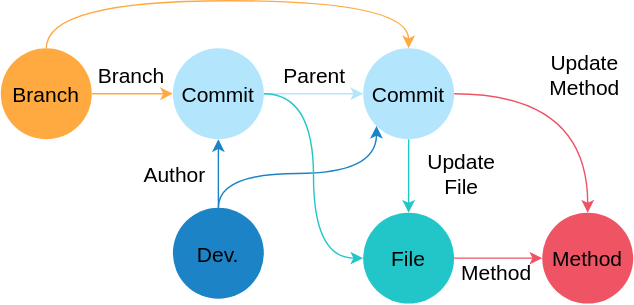
Earlier version of the draw.io export docs/source/GraphRepoDS.svg (xserban/GraphRepo). Source tidied: cells renumbered, new cells last; positions are measured from the earlier drawing's top-left corner, leaving out a move shared by most shapes.
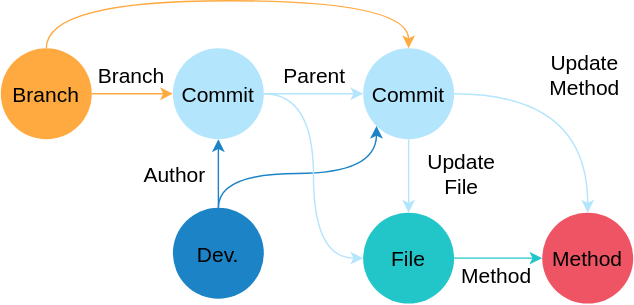
Above is the later version.

Diff of the diagram source:
```diff
@@ -14,7 +14,7 @@
     <mxCell id="5" value="Dev." style="ellipse;whiteSpace=wrap;html=1;strokeColor=none;fillColor=#1C84C6;fontSize=15;fontColor=#000000;" parent="1" vertex="1">
       <mxGeometry x="123" y="148" width="65" height="65" as="geometry" />
     </mxCell>
-    <mxCell id="6" style="edgeStyle=orthogonalEdgeStyle;rounded=0;jettySize=auto;html=1;exitX=1;exitY=0.5;exitDx=0;exitDy=0;strokeColor=#EE5464;strokeWidth=1;fontColor=#000000;fontSize=15;" parent="1" edge="1" source="7" target="8">
+    <mxCell id="6" style="edgeStyle=orthogonalEdgeStyle;rounded=0;jettySize=auto;html=1;exitX=1;exitY=0.5;exitDx=0;exitDy=0;strokeColor=#23C6C8;strokeWidth=1;fontColor=#000000;fontSize=15;" parent="1" edge="1" source="7" target="8">
       <mxGeometry relative="1" as="geometry" />
     </mxCell>
     <mxCell id="7" value="File" style="ellipse;whiteSpace=wrap;html=1;fillColor=#23C6C8;strokeColor=none;fontSize=15;fontColor=#000000;" parent="1" vertex="1">
@@ -37,10 +37,10 @@
     <mxCell id="11" value="Branch" style="ellipse;whiteSpace=wrap;html=1;fillColor=#FFAA40;strokeColor=none;fontSize=15;fontColor=#000000;" parent="1" vertex="1">
       <mxGeometry y="34" width="65" height="65" as="geometry" />
     </mxCell>
-    <mxCell id="12" style="edgeStyle=orthogonalEdgeStyle;rounded=0;jettySize=auto;html=1;exitX=0.5;exitY=1;exitDx=0;exitDy=0;strokeColor=#23C6C8;strokeWidth=1;fontSize=15;fontColor=#000000;" parent="1" edge="1" source="14" target="7">
+    <mxCell id="12" style="edgeStyle=orthogonalEdgeStyle;rounded=0;jettySize=auto;html=1;exitX=0.5;exitY=1;exitDx=0;exitDy=0;strokeColor=#B3E5FC;strokeWidth=1;fontSize=15;fontColor=#000000;" parent="1" edge="1" source="14" target="7">
       <mxGeometry relative="1" as="geometry" />
     </mxCell>
-    <mxCell id="13" style="edgeStyle=orthogonalEdgeStyle;curved=1;jettySize=auto;html=1;exitX=1;exitY=0.5;exitDx=0;exitDy=0;startArrow=none;startFill=0;endArrow=classic;endFill=1;strokeColor=#EE5464;strokeWidth=1;fontSize=15;fontColor=#000000;" parent="1" edge="1" source="14" target="8">
+    <mxCell id="13" style="edgeStyle=orthogonalEdgeStyle;curved=1;jettySize=auto;html=1;exitX=1;exitY=0.5;exitDx=0;exitDy=0;startArrow=none;startFill=0;endArrow=classic;endFill=1;strokeColor=#B3E5FC;strokeWidth=1;fontSize=15;fontColor=#000000;" parent="1" edge="1" source="14" target="8">
       <mxGeometry relative="1" as="geometry" />
     </mxCell>
     <mxCell id="14" value="Commit" style="ellipse;whiteSpace=wrap;html=1;strokeColor=none;fillColor=#B3E5FC;fontSize=15;fontColor=#000000;flipV=1;flipH=0;" parent="1" vertex="1">
@@ -55,7 +55,7 @@
     <mxCell id="17" value="&lt;font style=&quot;font-size: 15px;&quot;&gt;Branch&lt;/font&gt;" style="text;html=1;align=center;verticalAlign=middle;fontSize=15;fontColor=#000000;rotation=0;" parent="1" vertex="1">
       <mxGeometry x="63" y="43" width="60" height="20" as="geometry" />
     </mxCell>
-    <mxCell id="18" style="edgeStyle=orthogonalEdgeStyle;curved=1;jettySize=auto;html=1;exitX=1;exitY=0.5;exitDx=0;exitDy=0;entryX=0;entryY=0.5;entryDx=0;entryDy=0;startArrow=none;startFill=0;endArrow=classic;endFill=1;strokeColor=#23C6C8;strokeWidth=1;fontSize=15;fontColor=#000000;" parent="1" edge="1" source="19" target="7">
+    <mxCell id="18" style="edgeStyle=orthogonalEdgeStyle;curved=1;jettySize=auto;html=1;exitX=1;exitY=0.5;exitDx=0;exitDy=0;entryX=0;entryY=0.5;entryDx=0;entryDy=0;startArrow=none;startFill=0;endArrow=classic;endFill=1;strokeColor=#B3E5FC;strokeWidth=1;fontSize=15;fontColor=#000000;" parent="1" edge="1" source="19" target="7">
       <mxGeometry relative="1" as="geometry" />
     </mxCell>
     <mxCell id="19" value="Commit" style="ellipse;whiteSpace=wrap;html=1;fillColor=#B3E5FC;strokeColor=none;fontSize=15;fontColor=#000000;flipV=1;flipH=0;" parent="1" vertex="1">
@@ -68,7 +68,7 @@
       <mxGeometry x="382" y="33" width="70" height="40" as="geometry" />
     </mxCell>
     <mxCell id="22" value="Method" style="text;html=1;align=center;verticalAlign=middle;fontSize=15;fontColor=#000000;rotation=0;" parent="1" vertex="1">
-      <mxGeometry x="319" y="184" width="70" height="20" as="geometry" />
+      <mxGeometry x="319" y="186" width="70" height="20" as="geometry" />
     </mxCell>
   </root>
 </mxGraphModel>
```
